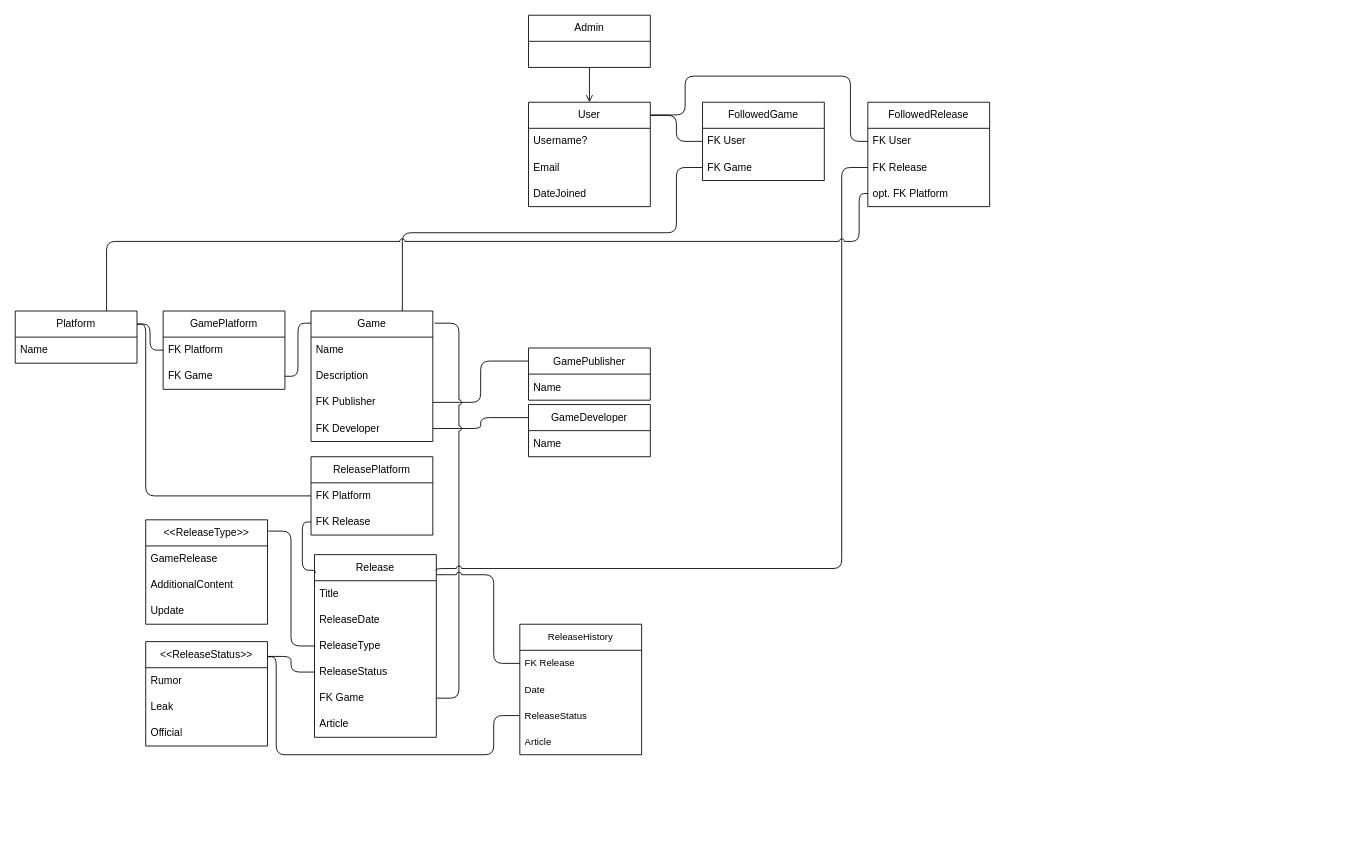
The draw.io diagram doc/data-model.drawio in wgnf/next-up, before the edit. Source tidied: cells renumbered, new cells numbered last; positions are measured from the earlier drawing's top-left corner, leaving out a move shared by most shapes. Both pictures are drawn from the tidied source at 87%, with x=0, y=0 at pixel (15, 15).
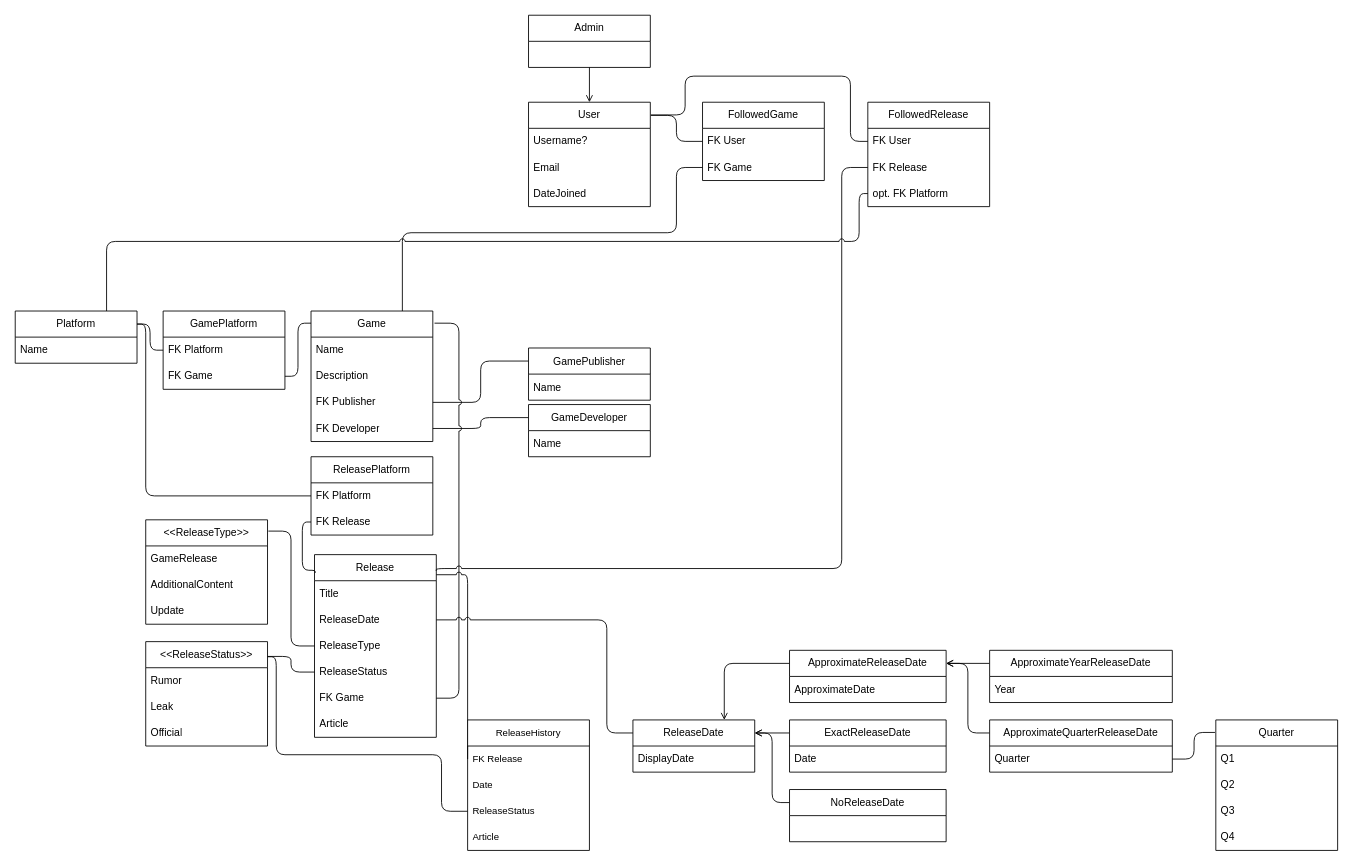
The same page after the edit.

Commit message:
docs: add imprecise release dates to data model

Unchanged cells that the change refers to:
```xml
<mxCell id="26" value="Release" style="swimlane;fontStyle=0;horizontal=1;startSize=30;whiteSpace=wrap;html=1;" parent="1" vertex="1">
  <mxGeometry x="344" y="620" width="140" height="210" as="geometry" />
</mxCell>
<mxCell id="28" value="ReleaseDate" style="text;strokeColor=none;fillColor=none;align=left;verticalAlign=middle;spacingLeft=4;spacingRight=4;overflow=hidden;points=[[0,0.5],[1,0.5]];portConstraint=eastwest;whiteSpace=wrap;html=1;" parent="26" vertex="1">
  <mxGeometry y="60" width="140" height="30" as="geometry" />
</mxCell>
<mxCell id="37" value="&amp;lt;&amp;lt;ReleaseStatus&amp;gt;&amp;gt;" style="swimlane;fontStyle=0;horizontal=1;startSize=30;whiteSpace=wrap;html=1;" parent="1" vertex="1">
  <mxGeometry x="150" y="720" width="140" height="120" as="geometry" />
</mxCell>
<mxCell id="63" value="FK Release" style="text;strokeColor=none;fillColor=none;align=left;verticalAlign=middle;spacingLeft=4;spacingRight=4;overflow=hidden;points=[[0,0.5],[1,0.5]];portConstraint=eastwest;whiteSpace=wrap;html=1;fontFamily=Helvetica;fontSize=11;fontColor=default;labelBackgroundColor=default;" parent="62" vertex="1">
  <mxGeometry y="30" width="140" height="30" as="geometry" />
</mxCell>
<mxCell id="65" value="ReleaseStatus" style="text;strokeColor=none;fillColor=none;align=left;verticalAlign=middle;spacingLeft=4;spacingRight=4;overflow=hidden;points=[[0,0.5],[1,0.5]];portConstraint=eastwest;whiteSpace=wrap;html=1;fontFamily=Helvetica;fontSize=11;fontColor=default;labelBackgroundColor=default;" parent="62" vertex="1">
  <mxGeometry y="90" width="140" height="30" as="geometry" />
</mxCell>
```

Change to the diagram source:
```diff
@@
     <mxCell id="61" style="edgeStyle=orthogonalEdgeStyle;shape=connector;rounded=1;jumpStyle=arc;html=1;exitX=0;exitY=0.5;exitDx=0;exitDy=0;strokeColor=default;align=center;verticalAlign=middle;fontFamily=Helvetica;fontSize=11;fontColor=default;labelBackgroundColor=default;endArrow=none;endFill=0;entryX=1;entryY=0.11;entryDx=0;entryDy=0;entryPerimeter=0;" parent="1" edge="1" source="63" target="26">
       <mxGeometry relative="1" as="geometry">
         <Array as="points">
-          <mxPoint x="550" y="745" />
-          <mxPoint x="550" y="643" />
+          <mxPoint x="520" y="643" />
         </Array>
       </mxGeometry>
     </mxCell>
     <mxCell id="62" value="ReleaseHistory" style="swimlane;fontStyle=0;horizontal=1;startSize=30;whiteSpace=wrap;html=1;fontFamily=Helvetica;fontSize=11;fontColor=default;labelBackgroundColor=default;" parent="1" vertex="1">
-      <mxGeometry x="580" y="700" width="140" height="150" as="geometry" />
+      <mxGeometry x="520" y="810" width="140" height="150" as="geometry" />
     </mxCell>
@@
     <mxCell id="67" style="edgeStyle=orthogonalEdgeStyle;shape=connector;rounded=1;jumpStyle=arc;html=1;exitX=0;exitY=0.5;exitDx=0;exitDy=0;entryX=1;entryY=0.145;entryDx=0;entryDy=0;entryPerimeter=0;strokeColor=default;align=center;verticalAlign=middle;fontFamily=Helvetica;fontSize=11;fontColor=default;labelBackgroundColor=default;endArrow=none;endFill=0;" parent="1" edge="1" source="65" target="37">
       <mxGeometry relative="1" as="geometry">
         <Array as="points">
-          <mxPoint x="550" y="805" />
-          <mxPoint x="550" y="850" />
+          <mxPoint x="490" y="915" />
+          <mxPoint x="490" y="850" />
           <mxPoint x="300" y="850" />
           <mxPoint x="300" y="737" />
         </Array>
       </mxGeometry>
     </mxCell>
+    <mxCell id="68" value="ReleaseDate" style="swimlane;fontStyle=0;horizontal=1;startSize=30;whiteSpace=wrap;html=1;" parent="1" vertex="1">
+      <mxGeometry x="710" y="810" width="140" height="60" as="geometry" />
+    </mxCell>
+    <mxCell id="69" value="DisplayDate" style="text;strokeColor=none;fillColor=none;align=left;verticalAlign=middle;spacingLeft=4;spacingRight=4;overflow=hidden;whiteSpace=wrap;html=1;" parent="68" vertex="1">
+      <mxGeometry y="30" width="140" height="30" as="geometry" />
+    </mxCell>
+    <mxCell id="70" style="edgeStyle=none;html=1;exitX=0;exitY=0.25;exitDx=0;exitDy=0;entryX=1;entryY=0.25;entryDx=0;entryDy=0;endArrow=open;endFill=0;" parent="1" edge="1" source="71" target="68">
+      <mxGeometry relative="1" as="geometry" />
+    </mxCell>
+    <mxCell id="71" value="ExactReleaseDate" style="swimlane;fontStyle=0;horizontal=1;startSize=30;whiteSpace=wrap;html=1;" parent="1" vertex="1">
+      <mxGeometry x="890" y="810" width="180" height="60" as="geometry" />
+    </mxCell>
+    <mxCell id="72" value="Date" style="text;strokeColor=none;fillColor=none;align=left;verticalAlign=middle;spacingLeft=4;spacingRight=4;overflow=hidden;whiteSpace=wrap;html=1;" parent="71" vertex="1">
+      <mxGeometry y="30" width="180" height="30" as="geometry" />
+    </mxCell>
+    <mxCell id="73" style="edgeStyle=orthogonalEdgeStyle;html=1;exitX=1;exitY=0.5;exitDx=0;exitDy=0;entryX=0;entryY=0.25;entryDx=0;entryDy=0;endArrow=none;endFill=0;jumpStyle=arc;" parent="1" edge="1" source="28" target="68">
+      <mxGeometry relative="1" as="geometry">
+        <Array as="points">
+          <mxPoint x="680" y="695" />
+          <mxPoint x="680" y="825" />
+        </Array>
+      </mxGeometry>
+    </mxCell>
+    <mxCell id="74" style="edgeStyle=orthogonalEdgeStyle;html=1;exitX=0;exitY=0.25;exitDx=0;exitDy=0;entryX=0.75;entryY=0;entryDx=0;entryDy=0;endArrow=open;endFill=0;" parent="1" edge="1" source="75" target="68">
+      <mxGeometry relative="1" as="geometry" />
+    </mxCell>
+    <mxCell id="75" value="ApproximateReleaseDate" style="swimlane;fontStyle=0;horizontal=1;startSize=30;whiteSpace=wrap;html=1;" parent="1" vertex="1">
+      <mxGeometry x="890" y="730" width="180" height="60" as="geometry" />
+    </mxCell>
+    <mxCell id="76" value="ApproximateDate" style="text;strokeColor=none;fillColor=none;align=left;verticalAlign=middle;spacingLeft=4;spacingRight=4;overflow=hidden;whiteSpace=wrap;html=1;" parent="75" vertex="1">
+      <mxGeometry y="30" width="180" height="30" as="geometry" />
+    </mxCell>
+    <mxCell id="77" style="edgeStyle=orthogonalEdgeStyle;html=1;exitX=0;exitY=0.25;exitDx=0;exitDy=0;entryX=1;entryY=0.25;entryDx=0;entryDy=0;endArrow=open;endFill=0;" parent="1" edge="1" source="78" target="68">
+      <mxGeometry relative="1" as="geometry" />
+    </mxCell>
+    <mxCell id="78" value="NoReleaseDate" style="swimlane;fontStyle=0;horizontal=1;startSize=30;whiteSpace=wrap;html=1;" parent="1" vertex="1">
+      <mxGeometry x="890" y="890" width="180" height="60" as="geometry" />
+    </mxCell>
+    <mxCell id="79" style="edgeStyle=orthogonalEdgeStyle;html=1;exitX=0;exitY=0.25;exitDx=0;exitDy=0;entryX=1;entryY=0.25;entryDx=0;entryDy=0;endArrow=open;endFill=0;" parent="1" edge="1" source="80" target="75">
+      <mxGeometry relative="1" as="geometry" />
+    </mxCell>
+    <mxCell id="80" value="ApproximateYearReleaseDate" style="swimlane;fontStyle=0;horizontal=1;startSize=30;whiteSpace=wrap;html=1;" parent="1" vertex="1">
+      <mxGeometry x="1120" y="730" width="210" height="60" as="geometry" />
+    </mxCell>
+    <mxCell id="81" value="Year" style="text;strokeColor=none;fillColor=none;align=left;verticalAlign=middle;spacingLeft=4;spacingRight=4;overflow=hidden;whiteSpace=wrap;html=1;" parent="80" vertex="1">
+      <mxGeometry y="30" width="210" height="30" as="geometry" />
+    </mxCell>
+    <mxCell id="82" style="edgeStyle=orthogonalEdgeStyle;html=1;exitX=0;exitY=0.25;exitDx=0;exitDy=0;entryX=1;entryY=0.25;entryDx=0;entryDy=0;endArrow=open;endFill=0;" parent="1" edge="1" source="83" target="75">
+      <mxGeometry relative="1" as="geometry" />
+    </mxCell>
+    <mxCell id="83" value="ApproximateQuarterReleaseDate" style="swimlane;fontStyle=0;horizontal=1;startSize=30;whiteSpace=wrap;html=1;" parent="1" vertex="1">
+      <mxGeometry x="1120" y="810" width="210" height="60" as="geometry" />
+    </mxCell>
+    <mxCell id="84" value="Quarter" style="text;strokeColor=none;fillColor=none;align=left;verticalAlign=middle;spacingLeft=4;spacingRight=4;overflow=hidden;points=[[0,0.5],[1,0.5]];portConstraint=eastwest;whiteSpace=wrap;html=1;" parent="83" vertex="1">
+      <mxGeometry y="30" width="210" height="30" as="geometry" />
+    </mxCell>
+    <mxCell id="85" value="Quarter" style="swimlane;fontStyle=0;horizontal=1;startSize=30;whiteSpace=wrap;html=1;" parent="1" vertex="1">
+      <mxGeometry x="1380" y="810" width="140" height="150" as="geometry" />
+    </mxCell>
+    <mxCell id="86" value="Q1" style="text;strokeColor=none;fillColor=none;align=left;verticalAlign=middle;spacingLeft=4;spacingRight=4;overflow=hidden;whiteSpace=wrap;html=1;" parent="85" vertex="1">
+      <mxGeometry y="30" width="140" height="30" as="geometry" />
+    </mxCell>
+    <mxCell id="87" value="Q2" style="text;strokeColor=none;fillColor=none;align=left;verticalAlign=middle;spacingLeft=4;spacingRight=4;overflow=hidden;whiteSpace=wrap;html=1;" parent="85" vertex="1">
+      <mxGeometry y="60" width="140" height="30" as="geometry" />
+    </mxCell>
+    <mxCell id="88" value="Q3" style="text;strokeColor=none;fillColor=none;align=left;verticalAlign=middle;spacingLeft=4;spacingRight=4;overflow=hidden;whiteSpace=wrap;html=1;" parent="85" vertex="1">
+      <mxGeometry y="90" width="140" height="30" as="geometry" />
+    </mxCell>
+    <mxCell id="89" value="Q4" style="text;strokeColor=none;fillColor=none;align=left;verticalAlign=middle;spacingLeft=4;spacingRight=4;overflow=hidden;whiteSpace=wrap;html=1;" parent="85" vertex="1">
+      <mxGeometry y="120" width="140" height="30" as="geometry" />
+    </mxCell>
+    <mxCell id="90" style="edgeStyle=orthogonalEdgeStyle;html=1;exitX=1;exitY=0.5;exitDx=0;exitDy=0;entryX=-0.007;entryY=0.096;entryDx=0;entryDy=0;entryPerimeter=0;endArrow=none;endFill=0;" parent="1" edge="1" source="84" target="85">
+      <mxGeometry relative="1" as="geometry" />
+    </mxCell>
```
